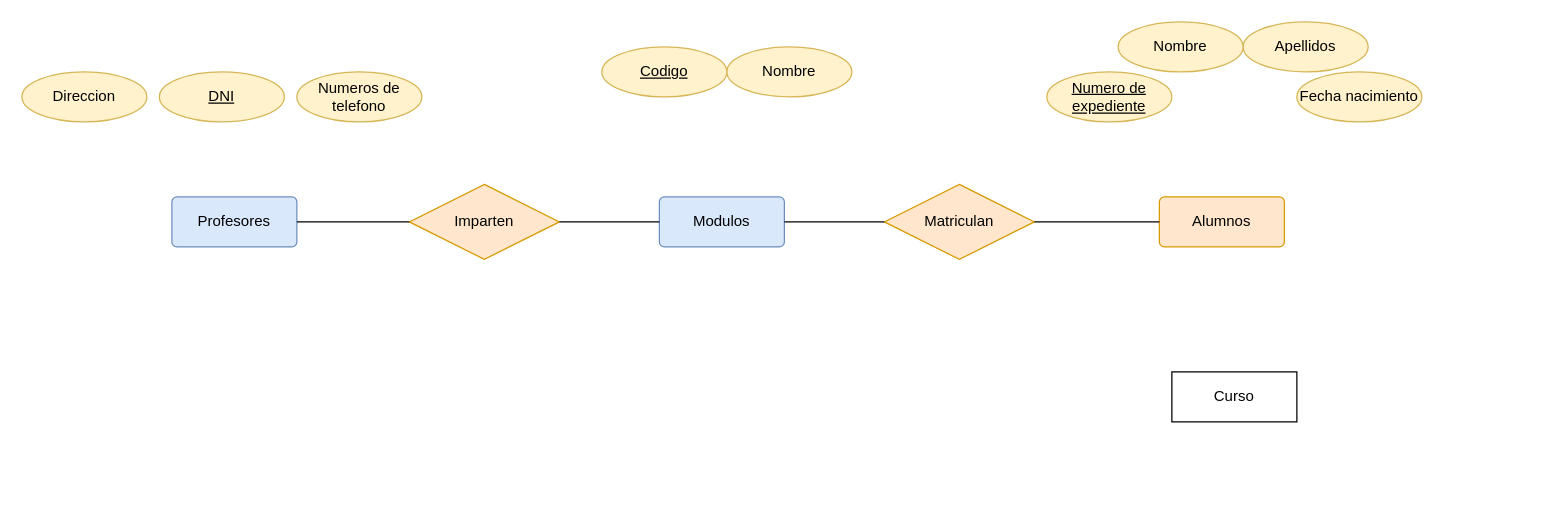
JVC0/Base-Datos keeps this draw.io diagram as Unidad1/Tareas/Tarea 4/Diagrama sin título.drawio. Above is the earlier version. Source tidied: cells renumbered, new cells numbered last; positions are measured from the earlier drawing's top-left corner, leaving out a move shared by most shapes. Both pictures are drawn from the tidied source at 125%, with x=0, y=0 at pixel (21, 21).
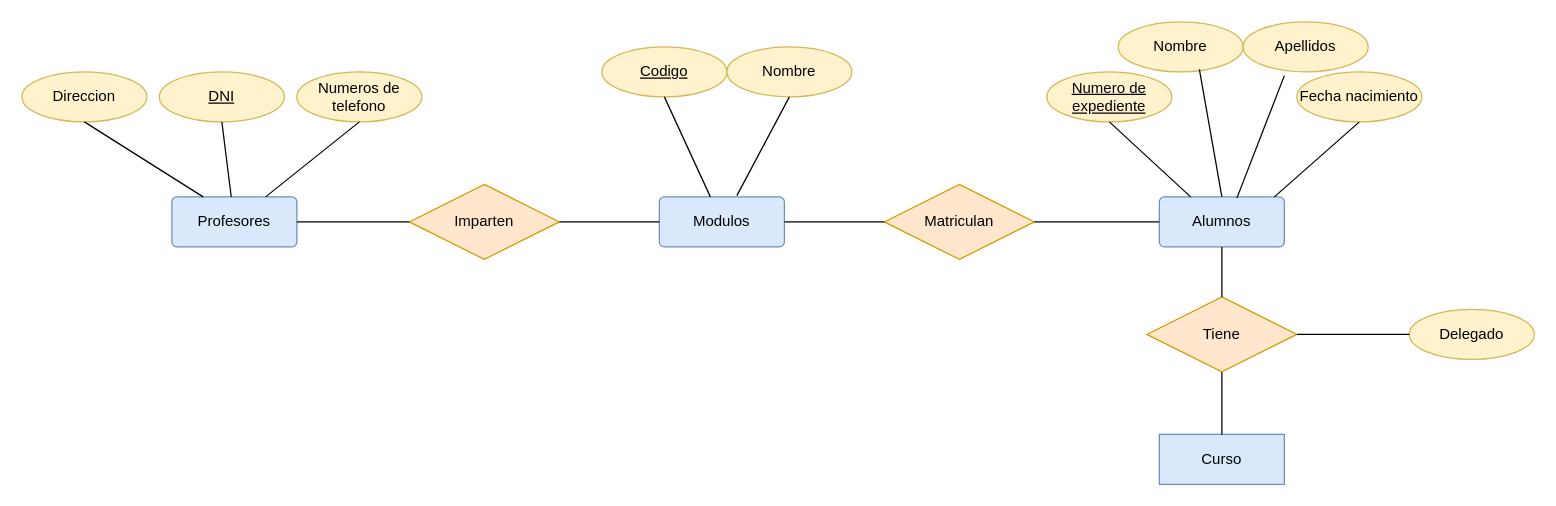
The same page after the edit.

Unchanged cells that the change refers to:
```xml
<mxCell id="2" value="Modulos" style="rounded=1;arcSize=10;whiteSpace=wrap;html=1;align=center;fillColor=#dae8fc;strokeColor=#6c8ebf;" parent="1" vertex="1">
  <mxGeometry x="510" y="140" width="100" height="40" as="geometry" />
</mxCell>
<mxCell id="3" value="Profesores" style="rounded=1;arcSize=10;whiteSpace=wrap;html=1;align=center;fillColor=#dae8fc;strokeColor=#6c8ebf;" parent="1" vertex="1">
  <mxGeometry x="120" y="140" width="100" height="40" as="geometry" />
</mxCell>
<mxCell id="11" value="Direccion" style="ellipse;whiteSpace=wrap;html=1;align=center;fillColor=#fff2cc;strokeColor=#d6b656;" parent="1" vertex="1">
  <mxGeometry y="40" width="100" height="40" as="geometry" />
</mxCell>
<mxCell id="12" value="Numeros de telefono" style="ellipse;whiteSpace=wrap;html=1;align=center;fillColor=#fff2cc;strokeColor=#d6b656;" parent="1" vertex="1">
  <mxGeometry x="220" y="40" width="100" height="40" as="geometry" />
</mxCell>
<mxCell id="13" value="Codigo" style="ellipse;whiteSpace=wrap;html=1;align=center;fontStyle=4;fillColor=#fff2cc;strokeColor=#d6b656;" parent="1" vertex="1">
  <mxGeometry x="464" y="20" width="100" height="40" as="geometry" />
</mxCell>
<mxCell id="14" value="&lt;div&gt;DNI&lt;/div&gt;" style="ellipse;whiteSpace=wrap;html=1;align=center;fontStyle=4;fillColor=#fff2cc;strokeColor=#d6b656;" parent="1" vertex="1">
  <mxGeometry x="110" y="40" width="100" height="40" as="geometry" />
</mxCell>
<mxCell id="15" value="Nombre" style="ellipse;whiteSpace=wrap;html=1;align=center;fillColor=#fff2cc;strokeColor=#d6b656;" parent="1" vertex="1">
  <mxGeometry x="564" y="20" width="100" height="40" as="geometry" />
</mxCell>
<mxCell id="16" value="Numero de expediente" style="ellipse;whiteSpace=wrap;html=1;align=center;fontStyle=4;fillColor=#fff2cc;strokeColor=#d6b656;" parent="1" vertex="1">
  <mxGeometry x="820" y="40" width="100" height="40" as="geometry" />
</mxCell>
<mxCell id="17" value="Fecha nacimiento" style="ellipse;whiteSpace=wrap;html=1;align=center;fillColor=#fff2cc;strokeColor=#d6b656;" parent="1" vertex="1">
  <mxGeometry x="1020" y="40" width="100" height="40" as="geometry" />
</mxCell>
<mxCell id="18" value="Apellidos" style="ellipse;whiteSpace=wrap;html=1;align=center;fillColor=#fff2cc;strokeColor=#d6b656;" parent="1" vertex="1">
  <mxGeometry x="977" width="100" height="40" as="geometry" />
</mxCell>
<mxCell id="19" value="Nombre" style="ellipse;whiteSpace=wrap;html=1;align=center;fillColor=#fff2cc;strokeColor=#d6b656;" parent="1" vertex="1">
  <mxGeometry x="877" width="100" height="40" as="geometry" />
</mxCell>
```

What changed in the source:
```diff
@@
-    <mxCell id="4" value="Alumnos" style="rounded=1;arcSize=10;whiteSpace=wrap;html=1;align=center;fillColor=#ffe6cc;strokeColor=#d79b00;" parent="1" vertex="1">
+    <mxCell id="4" value="Alumnos" style="rounded=1;arcSize=10;whiteSpace=wrap;html=1;align=center;fillColor=#dae8fc;strokeColor=#6c8ebf;" parent="1" vertex="1">
       <mxGeometry x="910" y="140" width="100" height="40" as="geometry" />
     </mxCell>
@@
-    <mxCell id="20" value="Curso" style="whiteSpace=wrap;html=1;align=center;" parent="1" vertex="1">
-      <mxGeometry x="920" y="280" width="100" height="40" as="geometry" />
+    <mxCell id="20" value="Curso" style="whiteSpace=wrap;html=1;align=center;fillColor=#dae8fc;strokeColor=#6c8ebf;" parent="1" vertex="1">
+      <mxGeometry x="910" y="330" width="100" height="40" as="geometry" />
     </mxCell>
+    <mxCell id="21" value="Tiene" style="shape=rhombus;perimeter=rhombusPerimeter;whiteSpace=wrap;html=1;align=center;fillColor=#ffe6cc;strokeColor=#d79b00;" parent="1" vertex="1">
+      <mxGeometry x="900" y="220" width="120" height="60" as="geometry" />
+    </mxCell>
+    <mxCell id="22" style="endArrow=none;html=1;rounded=0;exitX=0.5;exitY=0;exitDx=0;exitDy=0;" parent="1" edge="1" source="21" target="4">
+      <mxGeometry relative="1" as="geometry" />
+    </mxCell>
+    <mxCell id="23" value="Delegado" style="ellipse;whiteSpace=wrap;html=1;align=center;fillColor=#fff2cc;strokeColor=#d6b656;" parent="1" vertex="1">
+      <mxGeometry x="1110" y="230" width="100" height="40" as="geometry" />
+    </mxCell>
+    <mxCell id="24" style="endArrow=none;html=1;rounded=0;entryX=0;entryY=0.5;entryDx=0;entryDy=0;exitX=1;exitY=0.5;exitDx=0;exitDy=0;" parent="1" edge="1" source="21" target="23">
+      <mxGeometry relative="1" as="geometry" />
+    </mxCell>
+    <mxCell id="25" style="endArrow=none;html=1;rounded=0;entryX=0.5;entryY=1;entryDx=0;entryDy=0;exitX=0.5;exitY=0;exitDx=0;exitDy=0;" parent="1" edge="1" source="20" target="21">
+      <mxGeometry relative="1" as="geometry" />
+    </mxCell>
+    <mxCell id="26" style="endArrow=none;html=1;rounded=0;entryX=0.5;entryY=1;entryDx=0;entryDy=0;exitX=0.25;exitY=0;exitDx=0;exitDy=0;" parent="1" edge="1" source="3" target="11">
+      <mxGeometry relative="1" as="geometry" />
+    </mxCell>
+    <mxCell id="27" style="endArrow=none;html=1;rounded=0;entryX=0.5;entryY=1;entryDx=0;entryDy=0;" parent="1" edge="1" source="3" target="14">
+      <mxGeometry relative="1" as="geometry" />
+    </mxCell>
+    <mxCell id="28" style="endArrow=none;html=1;rounded=0;entryX=0.5;entryY=1;entryDx=0;entryDy=0;" parent="1" edge="1" source="3" target="12">
+      <mxGeometry relative="1" as="geometry" />
+    </mxCell>
+    <mxCell id="29" style="endArrow=none;html=1;rounded=0;entryX=0.5;entryY=1;entryDx=0;entryDy=0;" parent="1" edge="1" source="2" target="13">
+      <mxGeometry relative="1" as="geometry" />
+    </mxCell>
+    <mxCell id="30" style="endArrow=none;html=1;rounded=0;entryX=0.5;entryY=1;entryDx=0;entryDy=0;exitX=0.62;exitY=-0.025;exitDx=0;exitDy=0;exitPerimeter=0;" parent="1" edge="1" source="2" target="15">
+      <mxGeometry relative="1" as="geometry" />
+    </mxCell>
+    <mxCell id="31" style="endArrow=none;html=1;rounded=0;entryX=0.5;entryY=1;entryDx=0;entryDy=0;exitX=0.25;exitY=0;exitDx=0;exitDy=0;" parent="1" edge="1" source="4" target="16">
+      <mxGeometry relative="1" as="geometry" />
+    </mxCell>
+    <mxCell id="32" style="endArrow=none;html=1;rounded=0;entryX=0.65;entryY=0.95;entryDx=0;entryDy=0;entryPerimeter=0;exitX=0.5;exitY=0;exitDx=0;exitDy=0;" parent="1" edge="1" source="4" target="19">
+      <mxGeometry relative="1" as="geometry" />
+    </mxCell>
+    <mxCell id="33" style="endArrow=none;html=1;rounded=0;entryX=0.33;entryY=1.075;entryDx=0;entryDy=0;entryPerimeter=0;exitX=0.62;exitY=0.025;exitDx=0;exitDy=0;exitPerimeter=0;" parent="1" edge="1" source="4" target="18">
+      <mxGeometry relative="1" as="geometry" />
+    </mxCell>
+    <mxCell id="34" style="endArrow=none;html=1;rounded=0;entryX=0.5;entryY=1;entryDx=0;entryDy=0;exitX=0.92;exitY=0;exitDx=0;exitDy=0;exitPerimeter=0;" parent="1" edge="1" source="4" target="17">
+      <mxGeometry relative="1" as="geometry" />
+    </mxCell>
```
